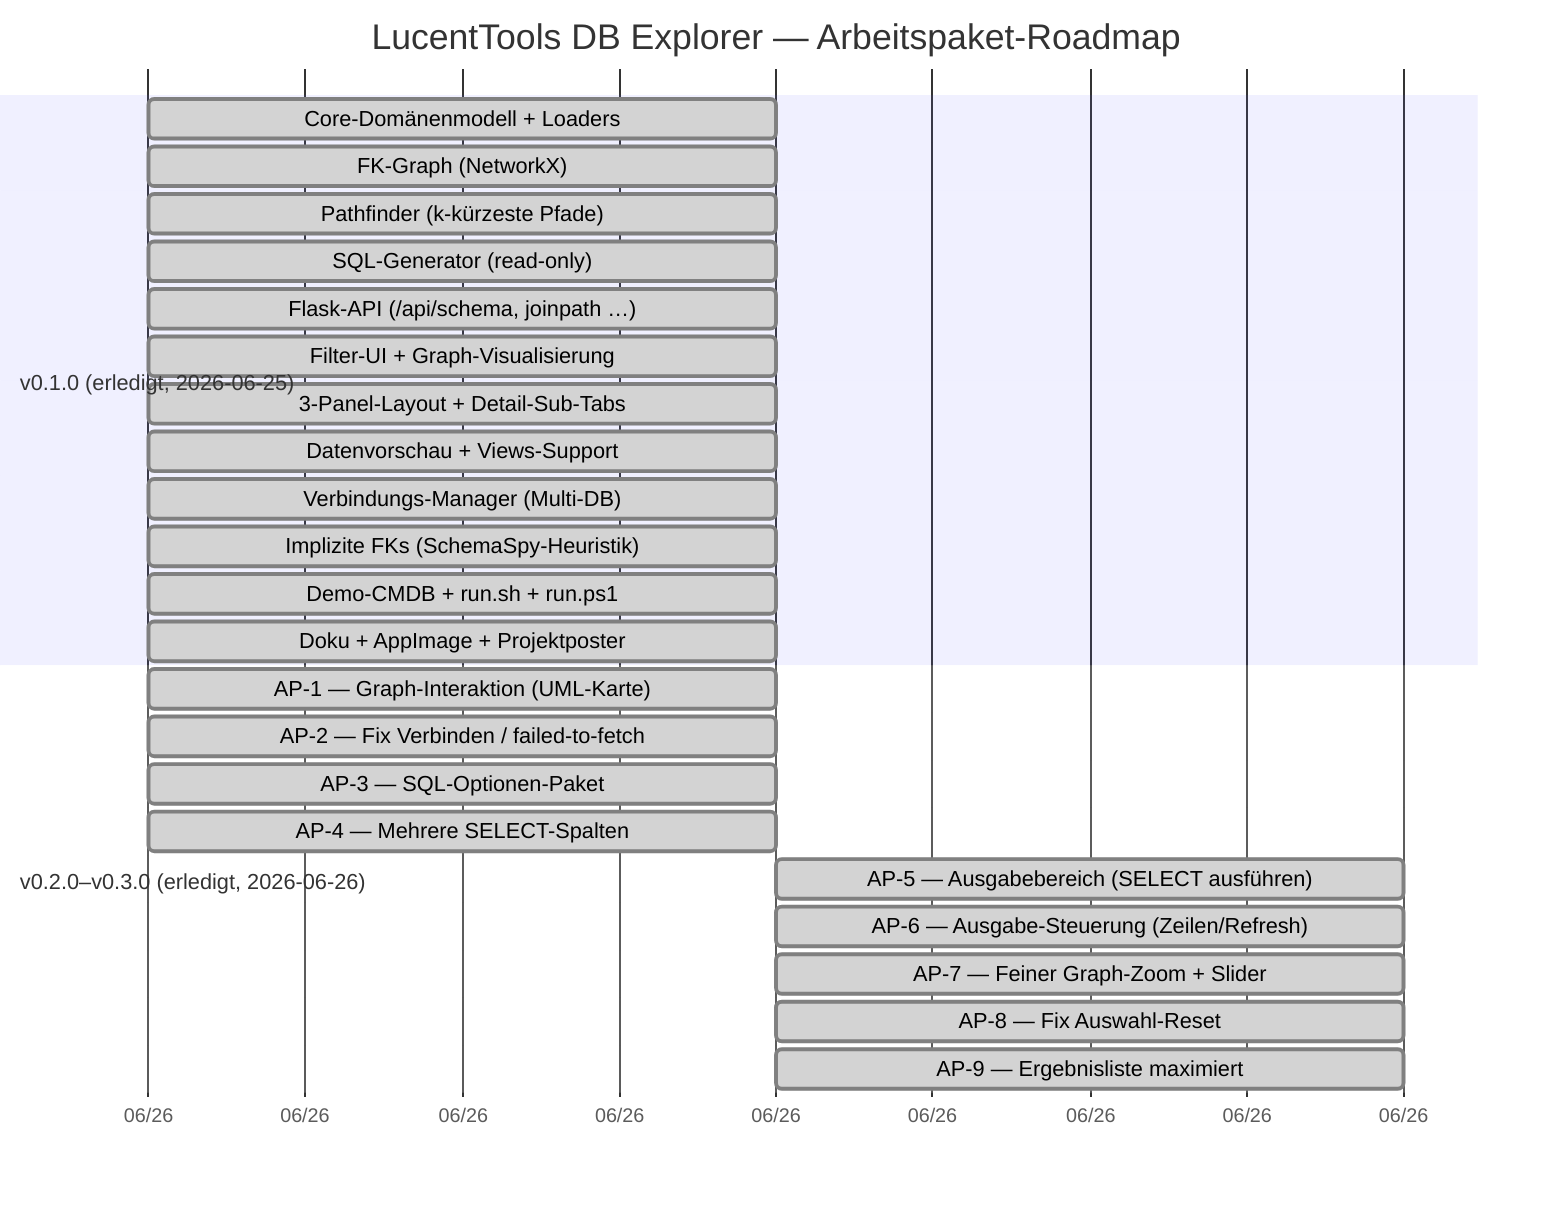
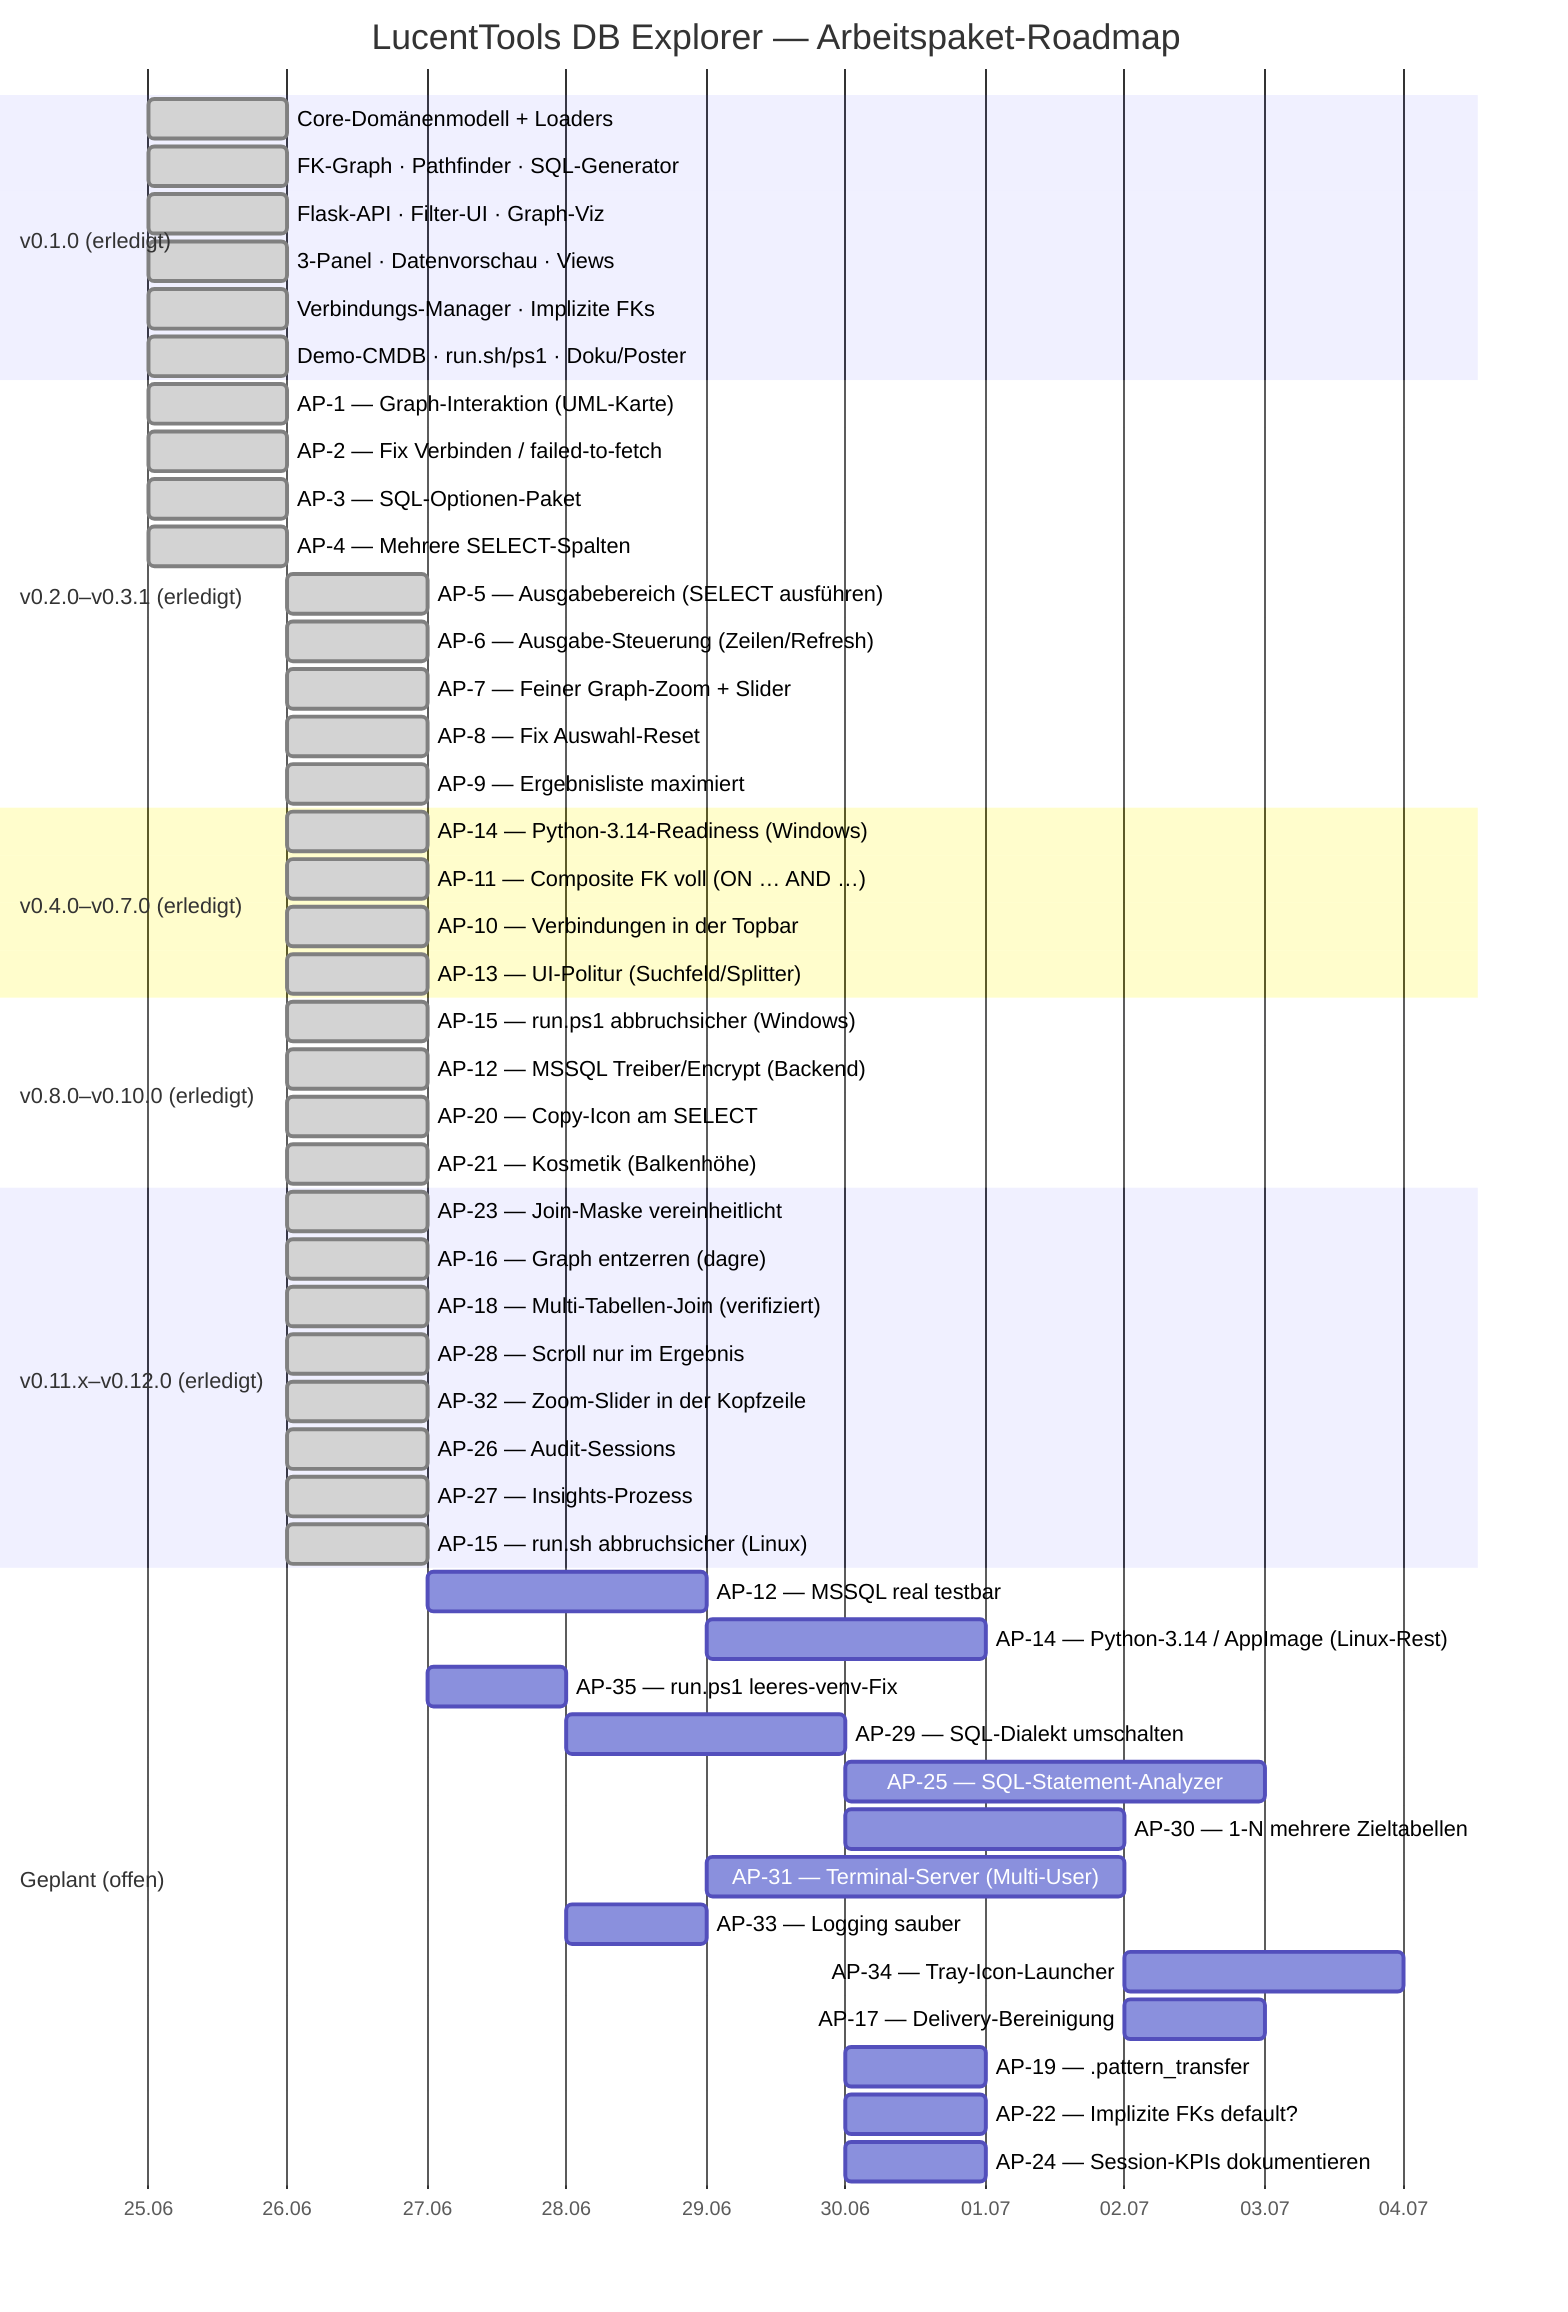
gantt
    title LucentTools DB Explorer — Arbeitspaket-Roadmap
    dateFormat  YYYY-MM-DD
-     axisFormat  %m/%y
+     axisFormat  %d.%m

-     section v0.1.0 (erledigt, 2026-06-25)
+     section v0.1.0 (erledigt)
    Core-Domänenmodell + Loaders          :done, d1, 2026-06-25, 1d
-     FK-Graph (NetworkX)                   :done, d2, 2026-06-25, 1d
-     Pathfinder (k-kürzeste Pfade)         :done, d3, 2026-06-25, 1d
-     SQL-Generator (read-only)             :done, d4, 2026-06-25, 1d
-     Flask-API (/api/schema, joinpath …)   :done, d5, 2026-06-25, 1d
-     Filter-UI + Graph-Visualisierung      :done, d6, 2026-06-25, 1d
-     3-Panel-Layout + Detail-Sub-Tabs      :done, d7, 2026-06-25, 1d
-     Datenvorschau + Views-Support         :done, d8, 2026-06-25, 1d
-     Verbindungs-Manager (Multi-DB)        :done, d9, 2026-06-25, 1d
-     Implizite FKs (SchemaSpy-Heuristik)   :done, d10, 2026-06-25, 1d
-     Demo-CMDB + run.sh + run.ps1          :done, d11, 2026-06-25, 1d
-     Doku + AppImage + Projektposter       :done, d12, 2026-06-25, 1d
+     FK-Graph · Pathfinder · SQL-Generator :done, d2, 2026-06-25, 1d
+     Flask-API · Filter-UI · Graph-Viz     :done, d3, 2026-06-25, 1d
+     3-Panel · Datenvorschau · Views       :done, d4, 2026-06-25, 1d
+     Verbindungs-Manager · Implizite FKs   :done, d5, 2026-06-25, 1d
+     Demo-CMDB · run.sh/ps1 · Doku/Poster  :done, d6, 2026-06-25, 1d

-     section v0.2.0–v0.3.0 (erledigt, 2026-06-26)
+     section v0.2.0–v0.3.1 (erledigt)
    AP-1 — Graph-Interaktion (UML-Karte)        :done, a1, 2026-06-25, 1d
    AP-2 — Fix Verbinden / failed-to-fetch      :done, a2, 2026-06-25, 1d
    AP-3 — SQL-Optionen-Paket                   :done, a3, 2026-06-25, 1d
    AP-4 — Mehrere SELECT-Spalten               :done, a4, 2026-06-25, 1d
    AP-5 — Ausgabebereich (SELECT ausführen)    :done, a5, 2026-06-26, 1d
    AP-6 — Ausgabe-Steuerung (Zeilen/Refresh)   :done, a6, 2026-06-26, 1d
    AP-7 — Feiner Graph-Zoom + Slider           :done, a7, 2026-06-26, 1d
    AP-8 — Fix Auswahl-Reset                    :done, a8, 2026-06-26, 1d
    AP-9 — Ergebnisliste maximiert              :done, a9, 2026-06-26, 1d
+ 
+     section v0.4.0–v0.7.0 (erledigt)
+     AP-14 — Python-3.14-Readiness (Windows)     :done, b1, 2026-06-26, 1d
+     AP-11 — Composite FK voll (ON … AND …)      :done, b2, 2026-06-26, 1d
+     AP-10 — Verbindungen in der Topbar          :done, b3, 2026-06-26, 1d
+     AP-13 — UI-Politur (Suchfeld/Splitter)      :done, b4, 2026-06-26, 1d
+ 
+     section v0.8.0–v0.10.0 (erledigt)
+     AP-15 — run.ps1 abbruchsicher (Windows)     :done, c1, 2026-06-26, 1d
+     AP-12 — MSSQL Treiber/Encrypt (Backend)     :done, c2, 2026-06-26, 1d
+     AP-20 — Copy-Icon am SELECT                 :done, c3, 2026-06-26, 1d
+     AP-21 — Kosmetik (Balkenhöhe)               :done, c4, 2026-06-26, 1d
+ 
+     section v0.11.x–v0.12.0 (erledigt)
+     AP-23 — Join-Maske vereinheitlicht          :done, e1, 2026-06-26, 1d
+     AP-16 — Graph entzerren (dagre)             :done, e2, 2026-06-26, 1d
+     AP-18 — Multi-Tabellen-Join (verifiziert)   :done, e3, 2026-06-26, 1d
+     AP-28 — Scroll nur im Ergebnis              :done, e4, 2026-06-26, 1d
+     AP-32 — Zoom-Slider in der Kopfzeile        :done, e5, 2026-06-26, 1d
+     AP-26 — Audit-Sessions                      :done, e6, 2026-06-26, 1d
+     AP-27 — Insights-Prozess                    :done, e7, 2026-06-26, 1d
+     AP-15 — run.sh abbruchsicher (Linux)        :done, e8, 2026-06-26, 1d
+ 
+     section Geplant (offen)
+     AP-12 — MSSQL real testbar                  :p1, 2026-06-27, 2d
+     AP-14 — Python-3.14 / AppImage (Linux-Rest) :p2, after p1, 2d
+     AP-35 — run.ps1 leeres-venv-Fix             :p3, 2026-06-27, 1d
+     AP-29 — SQL-Dialekt umschalten              :p4, 2026-06-28, 2d
+     AP-25 — SQL-Statement-Analyzer              :p5, after p4, 3d
+     AP-30 — 1-N mehrere Zieltabellen            :p6, after p4, 2d
+     AP-31 — Terminal-Server (Multi-User)        :p7, 2026-06-29, 3d
+     AP-33 — Logging sauber                      :p8, 2026-06-28, 1d
+     AP-34 — Tray-Icon-Launcher                  :p9, after p7, 2d
+     AP-17 — Delivery-Bereinigung                :p10, after p7, 1d
+     AP-19 — .pattern_transfer                   :p11, 2026-06-30, 1d
+     AP-22 — Implizite FKs default?              :p12, 2026-06-30, 1d
+     AP-24 — Session-KPIs dokumentieren          :p13, 2026-06-30, 1d
